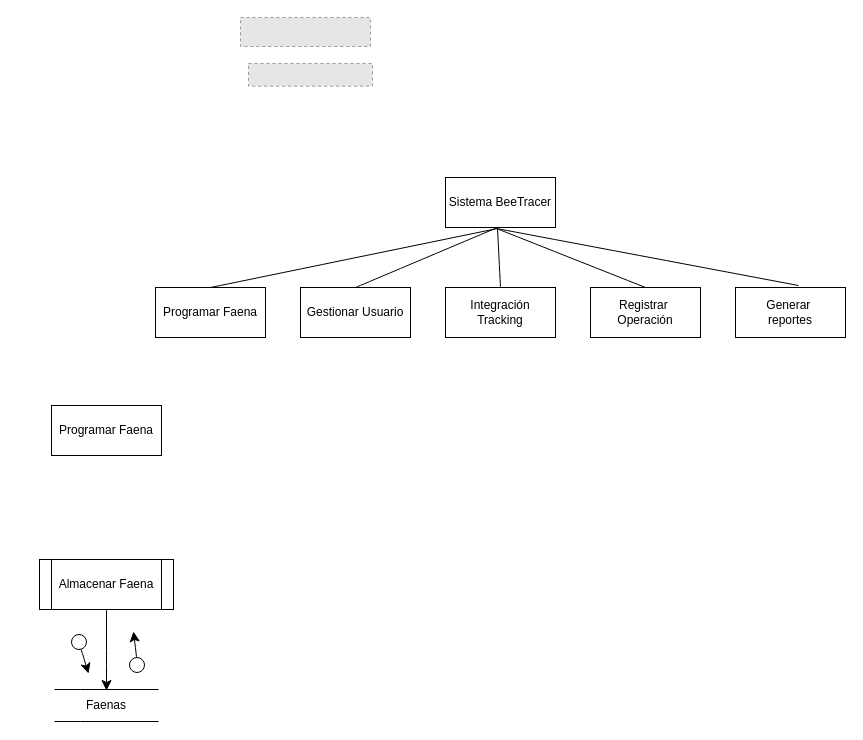
Above: Diagrama sin asd.drawio in Er0ZzZ/Tarea-1 (draw.io), before the change. Source tidied: cells renumbered, new cells numbered last; positions are measured from the earlier drawing's top-left corner, leaving out a move shared by most shapes. Both pictures are drawn from the tidied source at 100%, with x=0, y=0 at pixel (39, 17). Pictures stored in the file or linked from it are replaced by grey dashed boxes.
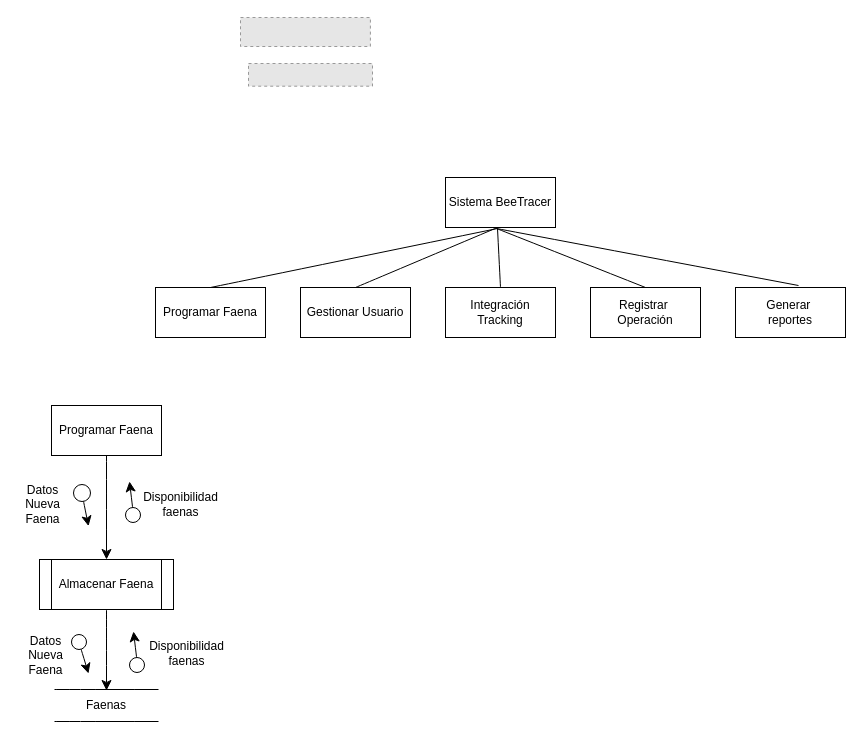
Above is the later version.

The change refers to these unchanged cells:
```xml
<mxCell id="16" value="Programar Faena" style="html=1;whiteSpace=wrap;" parent="1" vertex="1">
  <mxGeometry x="12" y="388" width="110" height="50" as="geometry" />
</mxCell>
<mxCell id="17" value="Almacenar Faena" style="html=1;whiteSpace=wrap;" parent="1" vertex="1">
  <mxGeometry x="12" y="542" width="110" height="50" as="geometry" />
</mxCell>
```

What changed in the source:
```diff
@@
+    <mxCell id="26" style="edgeStyle=none;curved=1;rounded=0;jettySize=auto;html=1;exitX=0.5;exitY=1;exitDx=0;exitDy=0;entryX=0.5;entryY=0;entryDx=0;entryDy=0;fontSize=12;startSize=8;endSize=8;" parent="1" edge="1" source="16" target="17">
+      <mxGeometry relative="1" as="geometry" />
+    </mxCell>
@@
+    <mxCell id="27" value="Datos Nueva Faena" style="text;html=1;whiteSpace=wrap;strokeColor=none;fillColor=none;align=center;verticalAlign=middle;rounded=0;" parent="1" vertex="1">
+      <mxGeometry x="-19" y="628" width="51" height="20" as="geometry" />
+    </mxCell>
+    <mxCell id="28" value="Disponibilidad faenas" style="text;html=1;whiteSpace=wrap;strokeColor=none;fillColor=none;align=center;verticalAlign=middle;rounded=0;" parent="1" vertex="1">
+      <mxGeometry x="122" y="626" width="51" height="20" as="geometry" />
+    </mxCell>
+    <mxCell id="29" value="Disponibilidad faenas" style="text;html=1;whiteSpace=wrap;strokeColor=none;fillColor=none;align=center;verticalAlign=middle;rounded=0;" parent="1" vertex="1">
+      <mxGeometry x="116" y="477" width="51" height="20" as="geometry" />
+    </mxCell>
+    <mxCell id="30" style="ellipse;whiteSpace=wrap;html=1;" parent="1" vertex="1">
+      <mxGeometry x="86" y="490" width="15" height="15" as="geometry" />
+    </mxCell>
+    <mxCell id="31" style="endArrow=classic;html=1;rounded=0;fontSize=12;startSize=8;endSize=8;curved=1;" parent="1" edge="1">
+      <mxGeometry relative="1" as="geometry">
+        <mxPoint x="93.1" y="490" as="sourcePoint" />
+        <mxPoint x="90" y="464" as="targetPoint" />
+      </mxGeometry>
+    </mxCell>
+    <mxCell id="32" value="Datos Nueva Faena" style="text;html=1;whiteSpace=wrap;strokeColor=none;fillColor=none;align=center;verticalAlign=middle;rounded=0;" parent="1" vertex="1">
+      <mxGeometry x="-22" y="477" width="51" height="20" as="geometry" />
+    </mxCell>
+    <mxCell id="33" style="edgeStyle=none;curved=1;rounded=0;jettySize=auto;html=1;fontSize=12;startSize=8;endSize=8;" parent="1" edge="1" source="34">
+      <mxGeometry relative="1" as="geometry">
+        <mxPoint x="49" y="508.6" as="targetPoint" />
+      </mxGeometry>
+    </mxCell>
+    <mxCell id="34" style="ellipse;whiteSpace=wrap;html=1;" parent="1" vertex="1">
+      <mxGeometry x="34" y="467" width="17" height="17" as="geometry" />
+    </mxCell>
```
